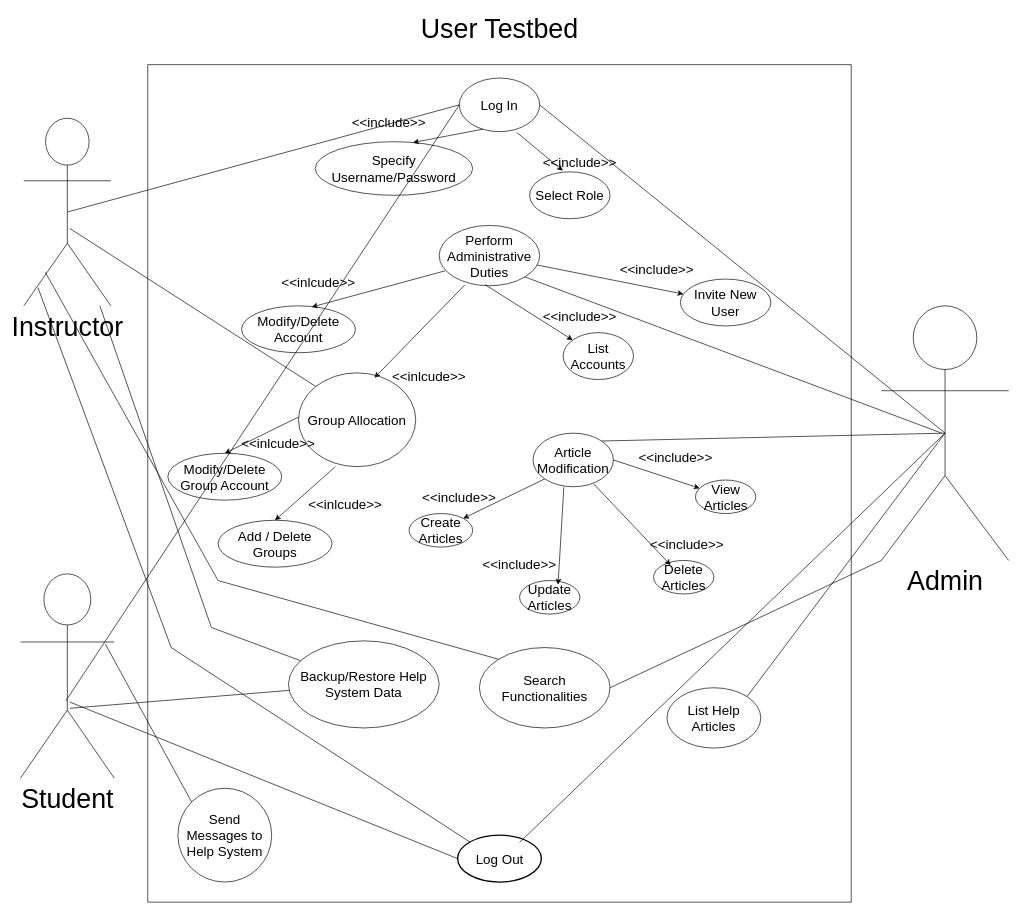
Earlier version of the draw.io diagram Use Case Diagram.drawio (mnevi/CSE360Project). Source tidied: cells renumbered, new cells numbered last; positions are measured from the earlier drawing's top-left corner, leaving out a move shared by most shapes. Both pictures are drawn from the tidied source at 67%, with x=0, y=0 at pixel (20, 17).
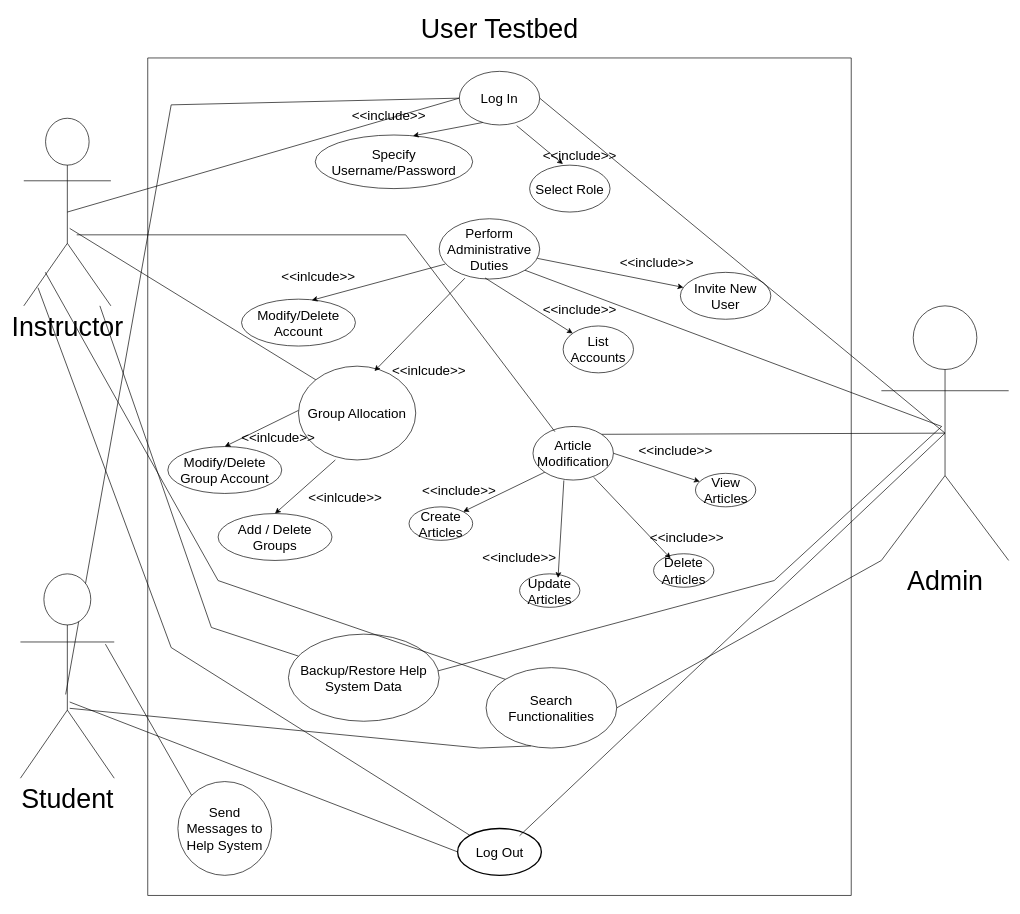
The same page after the edit.

Unchanged cells that the change refers to:
```xml
<mxCell id="4" value="Log In" style="ellipse;whiteSpace=wrap;html=1;fontSize=20;" parent="2" vertex="1">
  <mxGeometry x="465" y="20" width="120" height="80" as="geometry" />
</mxCell>
<mxCell id="21" value="Article Modification" style="ellipse;whiteSpace=wrap;html=1;fontSize=20;" parent="2" vertex="1">
  <mxGeometry x="575" y="550" width="120" height="80" as="geometry" />
</mxCell>
<mxCell id="35" value="Backup/Restore Help System Data" style="ellipse;whiteSpace=wrap;html=1;fontSize=20;" parent="2" vertex="1">
  <mxGeometry x="210" y="860" width="225" height="130" as="geometry" />
</mxCell>
<mxCell id="49" value="Admin" style="shape=umlActor;verticalLabelPosition=bottom;verticalAlign=top;html=1;outlineConnect=0;fontSize=40;" parent="1" vertex="1">
  <mxGeometry x="1285" y="430" width="190" height="380" as="geometry" />
</mxCell>
<mxCell id="51" value="Student" style="shape=umlActor;verticalLabelPosition=bottom;verticalAlign=top;html=1;fontSize=40;" parent="1" vertex="1">
  <mxGeometry y="830" width="140" height="305" as="geometry" />
</mxCell>
```

The edit, as a diff of the source:
```diff
@@
     <mxCell id="2" style="swimlane;startSize=0;" parent="1" vertex="1">
-      <mxGeometry x="190" y="70" width="1050" height="1250" as="geometry" />
+      <mxGeometry x="190" y="60" width="1050" height="1250" as="geometry" />
     </mxCell>
@@
-    <mxCell id="34" value="List Help Articles" style="ellipse;whiteSpace=wrap;html=1;fontSize=20;" parent="2" vertex="1">
-      <mxGeometry x="775" y="930" width="140" height="90" as="geometry" />
-    </mxCell>
@@
     <mxCell id="43" style="endArrow=none;html=1;rounded=0;exitX=0.5;exitY=0.5;exitDx=0;exitDy=0;exitPerimeter=0;entryX=0;entryY=0.5;entryDx=0;entryDy=0;" parent="2" edge="1" target="4">
       <mxGeometry relative="1" as="geometry">
         <mxPoint x="-122.5" y="950" as="sourcePoint" />
+        <Array as="points">
+          <mxPoint x="35" y="70" />
+        </Array>
       </mxGeometry>
     </mxCell>
@@
     <mxCell id="48" value="&lt;font style=&quot;font-size: 20px;&quot;&gt;Search Functionalities&lt;/font&gt;" style="ellipse;whiteSpace=wrap;html=1;" parent="2" vertex="1">
-      <mxGeometry x="495" y="870" width="195" height="120" as="geometry" />
+      <mxGeometry x="505" y="910" width="195" height="120" as="geometry" />
     </mxCell>
@@
-    <mxCell id="57" style="endArrow=none;html=1;rounded=0;exitX=0.525;exitY=0.658;exitDx=0;exitDy=0;exitPerimeter=0;" parent="1" edge="1" source="51" target="35">
-      <mxGeometry relative="1" as="geometry" />
+    <mxCell id="57" style="endArrow=none;html=1;rounded=0;exitX=0.525;exitY=0.658;exitDx=0;exitDy=0;exitPerimeter=0;entryX=0.342;entryY=0.974;entryDx=0;entryDy=0;entryPerimeter=0;" parent="1" edge="1" source="51" target="48">
+      <mxGeometry relative="1" as="geometry">
+        <Array as="points">
+          <mxPoint x="685" y="1090" />
+        </Array>
+      </mxGeometry>
     </mxCell>
@@
-    <mxCell id="60" style="endArrow=none;html=1;rounded=0;entryX=0.5;entryY=0.5;entryDx=0;entryDy=0;entryPerimeter=0;exitX=1;exitY=0;exitDx=0;exitDy=0;" parent="1" edge="1" source="34" target="49">
-      <mxGeometry relative="1" as="geometry" />
-    </mxCell>
@@
+    <mxCell id="66" style="endArrow=none;html=1;rounded=0;exitX=0.993;exitY=0.421;exitDx=0;exitDy=0;exitPerimeter=0;" parent="1" edge="1" source="35">
+      <mxGeometry relative="1" as="geometry">
+        <mxPoint x="1375" y="610" as="targetPoint" />
+        <Array as="points">
+          <mxPoint x="1125" y="840" />
+        </Array>
+      </mxGeometry>
+    </mxCell>
+    <mxCell id="67" style="endArrow=none;html=1;rounded=0;entryX=0.273;entryY=0.098;entryDx=0;entryDy=0;exitX=0.527;exitY=0.587;exitDx=0;exitDy=0;exitPerimeter=0;entryPerimeter=0;" parent="1" edge="1" target="21">
+      <mxGeometry relative="1" as="geometry">
+        <mxPoint x="84" y="324" as="sourcePoint" />
+        <Array as="points">
+          <mxPoint x="575" y="324" />
+        </Array>
+      </mxGeometry>
+    </mxCell>
```
